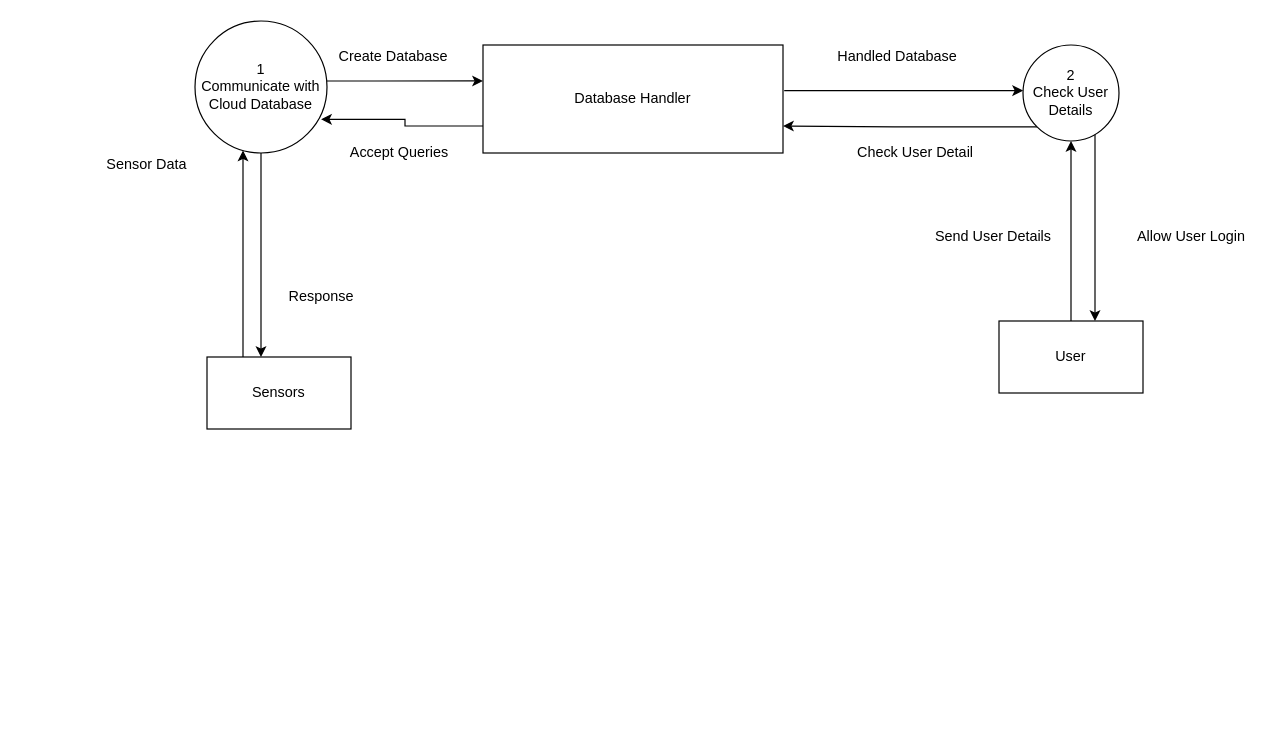
Above: ProjectDiagram1.drawio in Master-Bhavesh/radioFrequencyProject (draw.io), before the change. Source tidied: cells renumbered, new cells numbered last; positions are measured from the earlier drawing's top-left corner, leaving out a move shared by most shapes. Both pictures are drawn from the tidied source at 120%, with x=0, y=0 at pixel (98, 20).
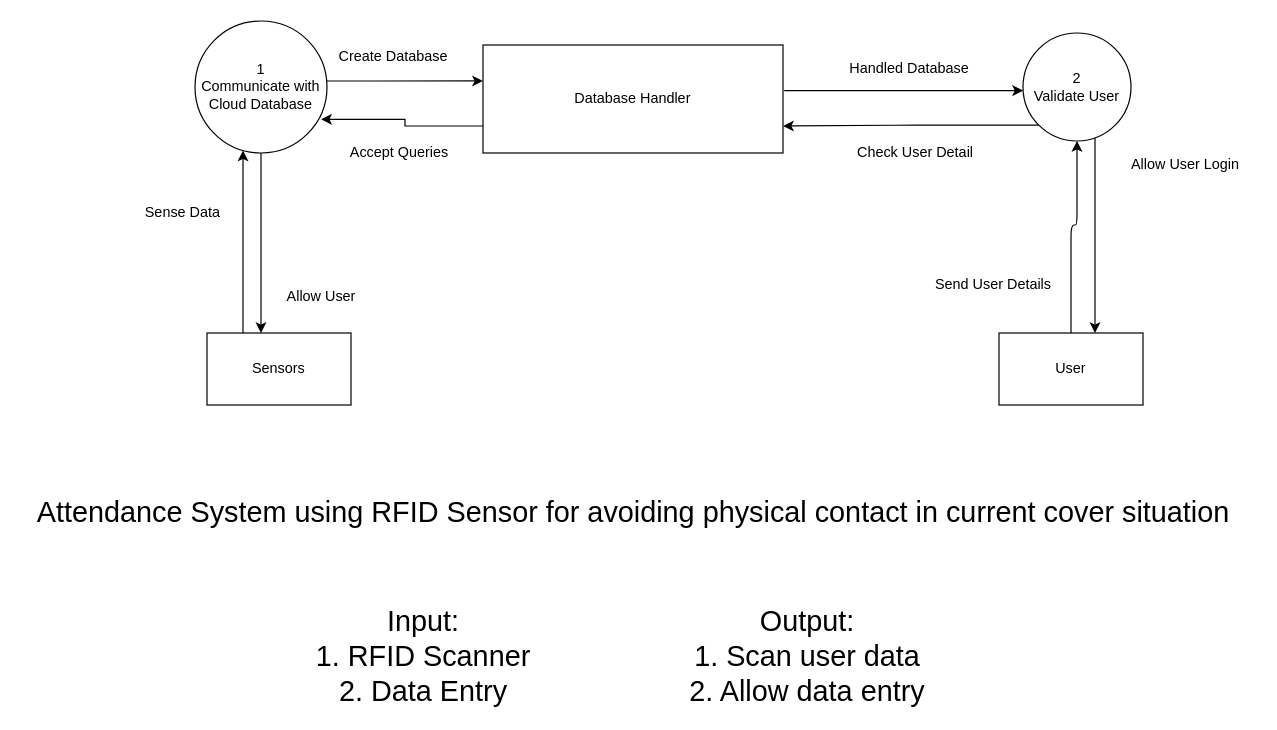
After the change.

Diff of the diagram source:
```diff
@@
     <mxCell id="6" value="Sensors" style="whiteSpace=wrap;html=1;" parent="1" vertex="1">
-      <mxGeometry x="90" y="280" width="120" height="60" as="geometry" />
+      <mxGeometry x="90" y="260" width="120" height="60" as="geometry" />
     </mxCell>
     <mxCell id="7" style="edgeStyle=orthogonalEdgeStyle;jettySize=auto;html=1;exitX=0.75;exitY=0;exitDx=0;exitDy=0;entryX=0.5;entryY=1;entryDx=0;entryDy=0;" parent="1" edge="1" source="8" target="12">
       <mxGeometry relative="1" as="geometry">
         <Array as="points">
+          <mxPoint x="840" y="280" />
           <mxPoint x="810" y="280" />
+          <mxPoint x="810" y="170" />
+          <mxPoint x="815" y="170" />
         </Array>
       </mxGeometry>
     </mxCell>
     <mxCell id="8" value="User" style="whiteSpace=wrap;html=1;" parent="1" vertex="1">
-      <mxGeometry x="750" y="250" width="120" height="60" as="geometry" />
+      <mxGeometry x="750" y="260" width="120" height="60" as="geometry" />
     </mxCell>
@@
-    <mxCell id="12" value="2&lt;br&gt;Check User Details" style="ellipse;whiteSpace=wrap;html=1;" parent="1" vertex="1">
-      <mxGeometry x="770" y="20" width="80" height="80" as="geometry" />
+    <mxCell id="12" value="2&lt;br&gt;Validate User" style="ellipse;whiteSpace=wrap;html=1;" parent="1" vertex="1">
+      <mxGeometry x="770" y="10" width="90" height="90" as="geometry" />
     </mxCell>
-    <mxCell id="13" value="Sensor Data" style="text;html=1;strokeColor=none;fillColor=none;align=center;verticalAlign=middle;whiteSpace=wrap;" parent="1" vertex="1">
-      <mxGeometry y="110" width="80" height="20" as="geometry" />
+    <mxCell id="13" value="Sense Data" style="text;html=1;strokeColor=none;fillColor=none;align=center;verticalAlign=middle;whiteSpace=wrap;" parent="1" vertex="1">
+      <mxGeometry x="30" y="150" width="80" height="20" as="geometry" />
     </mxCell>
-    <mxCell id="14" value="Response" style="text;html=1;align=center;verticalAlign=middle;" parent="1" vertex="1">
+    <mxCell id="14" value="Allow User" style="text;html=1;align=center;verticalAlign=middle;" parent="1" vertex="1">
       <mxGeometry x="150" y="220" width="70" height="20" as="geometry" />
     </mxCell>
@@
     <mxCell id="16" value="Handled Database" style="text;html=1;align=center;verticalAlign=middle;" parent="1" vertex="1">
-      <mxGeometry x="610" y="20" width="110" height="20" as="geometry" />
+      <mxGeometry x="620" y="30" width="110" height="20" as="geometry" />
     </mxCell>
@@
     <mxCell id="21" value="Send User Details" style="text;html=1;align=center;verticalAlign=middle;" parent="1" vertex="1">
-      <mxGeometry x="690" y="170" width="110" height="20" as="geometry" />
+      <mxGeometry x="690" y="210" width="110" height="20" as="geometry" />
     </mxCell>
     <mxCell id="22" value="Allow User Login" style="text;html=1;align=center;verticalAlign=middle;" parent="1" vertex="1">
-      <mxGeometry x="855" y="170" width="110" height="20" as="geometry" />
+      <mxGeometry x="850" y="110" width="110" height="20" as="geometry" />
     </mxCell>
+    <mxCell id="23" value="&lt;font style=&quot;font-size: 24px&quot;&gt;Input:&lt;br&gt;1. RFID Scanner&lt;br&gt;2. Data Entry&lt;/font&gt;" style="text;html=1;align=center;verticalAlign=middle;shadow=0;" parent="1" vertex="1">
+      <mxGeometry x="170" y="500" width="200" height="60" as="geometry" />
+    </mxCell>
+    <mxCell id="24" value="&lt;font style=&quot;font-size: 24px&quot;&gt;Output:&lt;br&gt;1. Scan user data&lt;br&gt;2. Allow data entry&lt;br&gt;&lt;/font&gt;" style="text;html=1;align=center;verticalAlign=middle;" parent="1" vertex="1">
+      <mxGeometry x="480" y="500" width="220" height="60" as="geometry" />
+    </mxCell>
+    <mxCell id="25" value="&lt;font style=&quot;font-size: 24px&quot;&gt;Attendance System using RFID Sensor for avoiding physical contact in current cover situation&lt;/font&gt;" style="text;html=1;align=center;verticalAlign=middle;" parent="1" vertex="1">
+      <mxGeometry x="-65" y="400" width="1020" height="20" as="geometry" />
+    </mxCell>
```
